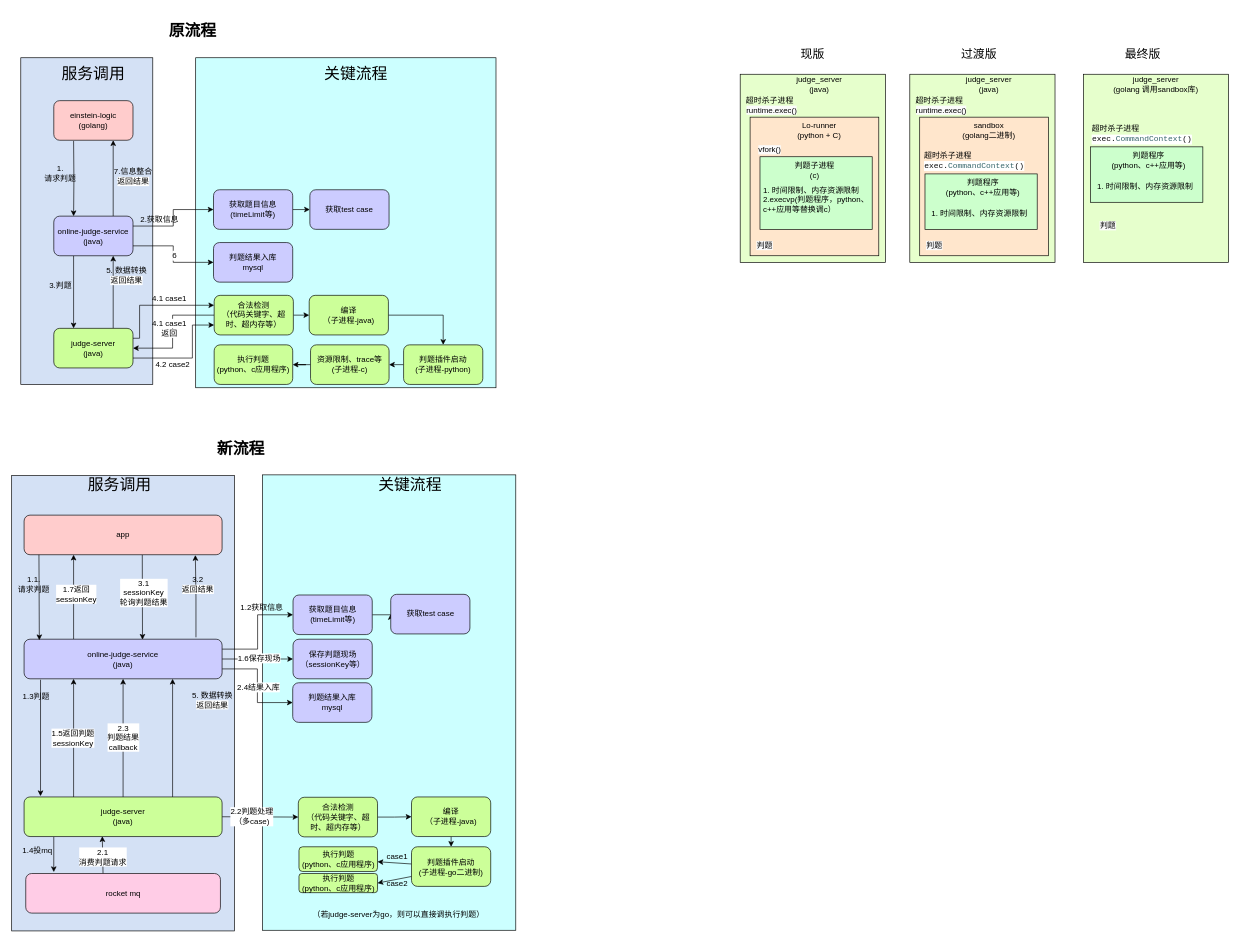
xiell2016/hetaoDesign keeps this draw.io diagram as 题库.drawio. Above is the earlier version. Source tidied: cells renumbered, new cells numbered last; positions are measured from the earlier drawing's top-left corner, leaving out a move shared by most shapes. Both pictures are drawn from the tidied source at 66%, with x=0, y=0 at pixel (11, 24).
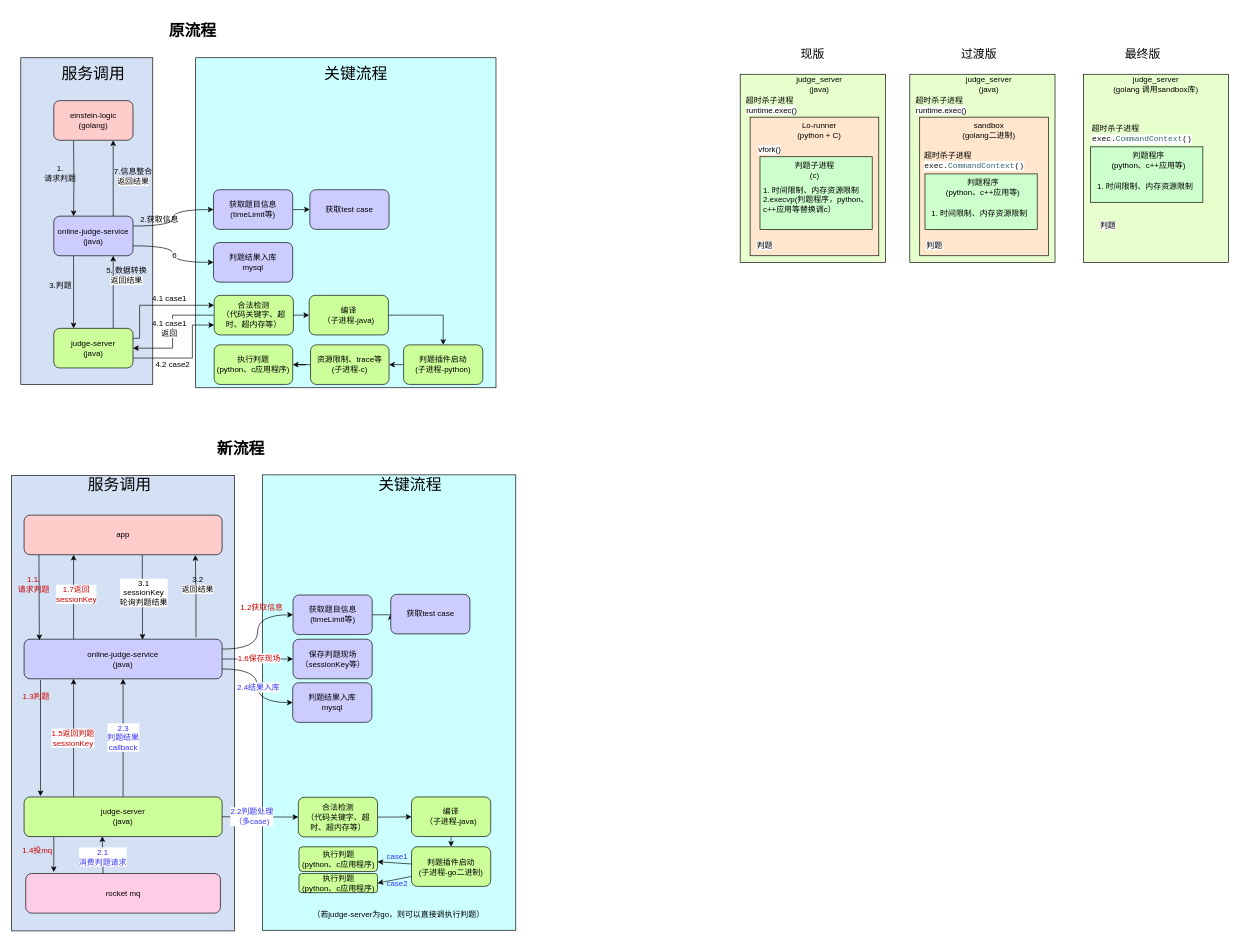
Above is the later version.

The change refers to these unchanged cells:
```xml
<mxCell id="9" value="online-judge-service&lt;br&gt;(java)" style="rounded=1;whiteSpace=wrap;html=1;fillColor=#CCCCFF;" parent="1" vertex="1">
  <mxGeometry x="64" y="290" width="120" height="60" as="geometry" />
</mxCell>
<mxCell id="24" value="获取题目信息&lt;br&gt;(timeLimit等)" style="rounded=1;whiteSpace=wrap;html=1;fillColor=#CCCCFF;" parent="1" vertex="1">
  <mxGeometry x="306" y="250" width="120" height="60" as="geometry" />
</mxCell>
<mxCell id="28" value="判题结果入库&lt;br&gt;mysql" style="rounded=1;whiteSpace=wrap;html=1;fillColor=#CCCCFF;" parent="1" vertex="1">
  <mxGeometry x="306" y="330" width="120" height="60" as="geometry" />
</mxCell>
<mxCell id="47" style="edgeStyle=none;rounded=0;jettySize=auto;html=1;exitX=1;exitY=0.5;exitDx=0;exitDy=0;entryX=0;entryY=0.5;entryDx=0;entryDy=0;fontFamily=Helvetica;fontSize=12;fontColor=default;" parent="1" edge="1" source="51" target="87">
  <mxGeometry relative="1" as="geometry" />
</mxCell>
<mxCell id="49" style="edgeStyle=none;rounded=0;jettySize=auto;html=1;exitX=0.25;exitY=0;exitDx=0;exitDy=0;entryX=0.25;entryY=1;entryDx=0;entryDy=0;fontFamily=Helvetica;fontSize=12;fontColor=default;" parent="1" edge="1" source="51" target="65">
  <mxGeometry relative="1" as="geometry" />
</mxCell>
<mxCell id="51" value="online-judge-service&lt;br&gt;(java)" style="rounded=1;whiteSpace=wrap;html=1;fillColor=#CCCCFF;" parent="1" vertex="1">
  <mxGeometry x="19" y="931" width="300" height="60" as="geometry" />
</mxCell>
<mxCell id="54" style="edgeStyle=none;rounded=0;jettySize=auto;html=1;exitX=0.25;exitY=0;exitDx=0;exitDy=0;entryX=0.25;entryY=1;entryDx=0;entryDy=0;fontFamily=Helvetica;fontSize=12;fontColor=default;" parent="1" edge="1" source="59" target="51">
  <mxGeometry relative="1" as="geometry" />
</mxCell>
<mxCell id="56" style="edgeStyle=none;rounded=0;jettySize=auto;html=1;exitX=1;exitY=0.5;exitDx=0;exitDy=0;entryX=0;entryY=0.5;entryDx=0;entryDy=0;fontFamily=Helvetica;fontSize=12;fontColor=default;" parent="1" edge="1" source="59" target="61">
  <mxGeometry relative="1" as="geometry" />
</mxCell>
<mxCell id="59" value="judge-server&lt;br&gt;(java)" style="rounded=1;whiteSpace=wrap;html=1;fillColor=#CCFF99;" parent="1" vertex="1">
  <mxGeometry x="19" y="1170" width="300" height="60" as="geometry" />
</mxCell>
<mxCell id="65" value="app" style="rounded=1;whiteSpace=wrap;html=1;fillColor=#FFCCCC;" parent="1" vertex="1">
  <mxGeometry x="19" y="743" width="300" height="60" as="geometry" />
</mxCell>
<mxCell id="70" value="获取题目信息&lt;br&gt;(timeLimit等)" style="rounded=1;whiteSpace=wrap;html=1;fillColor=#CCCCFF;" parent="1" vertex="1">
  <mxGeometry x="426.5" y="864" width="120" height="60" as="geometry" />
</mxCell>
<mxCell id="74" value="判题结果入库&lt;br&gt;mysql" style="rounded=1;whiteSpace=wrap;html=1;fillColor=#CCCCFF;" parent="1" vertex="1">
  <mxGeometry x="426" y="997" width="120" height="60" as="geometry" />
</mxCell>
<mxCell id="82" style="edgeStyle=none;rounded=0;jettySize=auto;html=1;exitX=0.397;exitY=0.003;exitDx=0;exitDy=0;entryX=0.395;entryY=0.992;entryDx=0;entryDy=0;entryPerimeter=0;fontFamily=Helvetica;fontSize=12;fontColor=default;exitPerimeter=0;" parent="1" edge="1" source="84" target="59">
  <mxGeometry relative="1" as="geometry" />
</mxCell>
```

Diff of the diagram source:
```diff
@@
-    <mxCell id="5" style="edgeStyle=orthogonalEdgeStyle;rounded=0;jettySize=auto;html=1;exitX=1;exitY=0.25;exitDx=0;exitDy=0;entryX=0;entryY=0.5;entryDx=0;entryDy=0;fontFamily=Helvetica;fontSize=12;" parent="1" edge="1" source="9" target="24">
+    <mxCell id="5" style="edgeStyle=orthogonalEdgeStyle;rounded=0;jettySize=auto;html=1;exitX=1;exitY=0.25;exitDx=0;exitDy=0;entryX=0;entryY=0.5;entryDx=0;entryDy=0;fontFamily=Helvetica;fontSize=12;curved=1;" parent="1" edge="1" source="9" target="24">
       <mxGeometry relative="1" as="geometry" />
     </mxCell>
@@
-    <mxCell id="7" style="edgeStyle=orthogonalEdgeStyle;rounded=0;jettySize=auto;html=1;exitX=1;exitY=0.75;exitDx=0;exitDy=0;entryX=0;entryY=0.5;entryDx=0;entryDy=0;fontFamily=Helvetica;fontSize=24;" parent="1" edge="1" source="9" target="28">
+    <mxCell id="7" style="edgeStyle=orthogonalEdgeStyle;rounded=0;jettySize=auto;html=1;exitX=1;exitY=0.75;exitDx=0;exitDy=0;entryX=0;entryY=0.5;entryDx=0;entryDy=0;fontFamily=Helvetica;fontSize=24;curved=1;" parent="1" edge="1" source="9" target="28">
       <mxGeometry relative="1" as="geometry" />
     </mxCell>
@@
-    <mxCell id="43" style="edgeStyle=orthogonalEdgeStyle;rounded=0;jettySize=auto;html=1;exitX=1;exitY=0.25;exitDx=0;exitDy=0;entryX=0;entryY=0.5;entryDx=0;entryDy=0;fontFamily=Helvetica;fontSize=12;" parent="1" edge="1" source="51" target="70">
+    <mxCell id="43" style="rounded=0;jettySize=auto;html=1;exitX=1;exitY=0.25;exitDx=0;exitDy=0;entryX=0;entryY=0.5;entryDx=0;entryDy=0;fontFamily=Helvetica;fontSize=12;edgeStyle=orthogonalEdgeStyle;curved=1;" parent="1" edge="1" source="51" target="70">
       <mxGeometry relative="1" as="geometry" />
     </mxCell>
@@
-    <mxCell id="45" style="edgeStyle=orthogonalEdgeStyle;rounded=0;jettySize=auto;html=1;exitX=1;exitY=0.75;exitDx=0;exitDy=0;entryX=0;entryY=0.5;entryDx=0;entryDy=0;fontFamily=Helvetica;fontSize=24;" parent="1" edge="1" source="51" target="74">
+    <mxCell id="45" style="rounded=0;jettySize=auto;html=1;exitX=1;exitY=0.75;exitDx=0;exitDy=0;entryX=0;entryY=0.5;entryDx=0;entryDy=0;fontFamily=Helvetica;fontSize=24;edgeStyle=orthogonalEdgeStyle;curved=1;" parent="1" edge="1" source="51" target="74">
       <mxGeometry relative="1" as="geometry" />
     </mxCell>
-    <mxCell id="46" value="2.4结果入库" style="edgeLabel;html=1;align=center;verticalAlign=middle;fontSize=12;fontFamily=Helvetica;" parent="45" vertex="1">
+    <mxCell id="46" value="&lt;font color=&quot;#3333ff&quot;&gt;2.4结果入库&lt;/font&gt;" style="edgeLabel;html=1;align=center;verticalAlign=middle;fontSize=12;fontFamily=Helvetica;" parent="45" vertex="1">
       <mxGeometry x="0.01" y="1" relative="1" as="geometry">
         <mxPoint y="1" as="offset" />
       </mxGeometry>
     </mxCell>
@@
-    <mxCell id="48" value="1.6保存现场" style="edgeLabel;html=1;align=center;verticalAlign=middle;fontSize=12;fontFamily=Helvetica;fontColor=default;" parent="47" vertex="1">
+    <mxCell id="48" value="&lt;font color=&quot;#cc0000&quot;&gt;1.6保存现场&lt;/font&gt;" style="edgeLabel;html=1;align=center;verticalAlign=middle;fontSize=12;fontFamily=Helvetica;fontColor=default;" parent="47" vertex="1">
       <mxGeometry x="0.02" y="2" relative="1" as="geometry" />
     </mxCell>
@@
-    <mxCell id="50" value="1.7返回&lt;br&gt;sessionKey" style="edgeLabel;html=1;align=center;verticalAlign=middle;fontSize=12;fontFamily=Helvetica;fontColor=default;" parent="49" vertex="1">
+    <mxCell id="50" value="&lt;font color=&quot;#cc0000&quot;&gt;1.7返回&lt;br&gt;sessionKey&lt;/font&gt;" style="edgeLabel;html=1;align=center;verticalAlign=middle;fontSize=12;fontFamily=Helvetica;fontColor=default;" parent="49" vertex="1">
       <mxGeometry x="0.08" y="-3" relative="1" as="geometry" />
     </mxCell>
@@
-    <mxCell id="52" style="edgeStyle=orthogonalEdgeStyle;rounded=0;jettySize=auto;html=1;exitX=0.75;exitY=0;exitDx=0;exitDy=0;entryX=0.75;entryY=1;entryDx=0;entryDy=0;fontFamily=Helvetica;fontSize=12;" parent="1" edge="1" source="59" target="51">
-      <mxGeometry relative="1" as="geometry" />
-    </mxCell>
@@
-    <mxCell id="55" value="1.5返回判题&lt;br&gt;sessionKey" style="edgeLabel;html=1;align=center;verticalAlign=middle;fontSize=12;fontFamily=Helvetica;fontColor=default;" parent="54" vertex="1">
+    <mxCell id="55" value="&lt;font color=&quot;#cc0000&quot;&gt;1.5返回判题&lt;br&gt;sessionKey&lt;/font&gt;" style="edgeLabel;html=1;align=center;verticalAlign=middle;fontSize=12;fontFamily=Helvetica;fontColor=default;" parent="54" vertex="1">
       <mxGeometry x="0.01" y="2" relative="1" as="geometry" />
     </mxCell>
@@
-    <mxCell id="57" value="2.2判题处理&lt;br&gt;（多case)" style="edgeLabel;html=1;align=center;verticalAlign=middle;fontSize=12;fontFamily=Helvetica;fontColor=default;" parent="56" vertex="1">
+    <mxCell id="57" value="&lt;font color=&quot;#3333ff&quot;&gt;2.2判题处理&lt;br&gt;（多case)&lt;/font&gt;" style="edgeLabel;html=1;align=center;verticalAlign=middle;fontSize=12;fontFamily=Helvetica;fontColor=default;" parent="56" vertex="1">
       <mxGeometry x="-0.23" y="1" relative="1" as="geometry" />
     </mxCell>
-    <mxCell id="58" value="2.3&lt;br&gt;判题结果&lt;br&gt;callback" style="edgeStyle=none;rounded=0;jettySize=auto;html=1;exitX=0.5;exitY=0;exitDx=0;exitDy=0;entryX=0.5;entryY=1;entryDx=0;entryDy=0;fontFamily=Helvetica;fontSize=12;fontColor=default;" parent="1" edge="1" source="59" target="51">
+    <mxCell id="58" value="&lt;font color=&quot;#3333ff&quot;&gt;2.3&lt;br&gt;判题结果&lt;br&gt;callback&lt;/font&gt;" style="edgeStyle=none;rounded=0;jettySize=auto;html=1;exitX=0.5;exitY=0;exitDx=0;exitDy=0;entryX=0.5;entryY=1;entryDx=0;entryDy=0;fontFamily=Helvetica;fontSize=12;fontColor=default;" parent="1" edge="1" source="59" target="51">
       <mxGeometry relative="1" as="geometry" />
     </mxCell>
@@
-    <mxCell id="62" style="edgeStyle=none;rounded=0;jettySize=auto;html=1;exitX=0.075;exitY=0.986;exitDx=0;exitDy=0;fontFamily=Helvetica;fontSize=12;fontColor=default;exitPerimeter=0;entryX=0.077;entryY=0.024;entryDx=0;entryDy=0;entryPerimeter=0;" parent="1" edge="1" source="65" target="51">
+    <mxCell id="62" style="edgeStyle=none;rounded=0;jettySize=auto;html=1;exitX=0.075;exitY=0.986;exitDx=0;exitDy=0;fontFamily=Helvetica;fontSize=12;fontColor=default;exitPerimeter=0;entryX=0.077;entryY=0.024;entryDx=0;entryDy=0;entryPerimeter=0;fillColor=#FF0000;" parent="1" edge="1" source="65" target="51">
       <mxGeometry relative="1" as="geometry" />
     </mxCell>
@@
-    <mxCell id="78" value="1.1. &lt;br&gt;请求判题" style="text;html=1;strokeColor=none;fillColor=none;align=center;verticalAlign=middle;whiteSpace=wrap;rounded=0;fontSize=12;fontFamily=Helvetica;fontColor=default;" parent="1" vertex="1">
+    <mxCell id="78" value="&lt;font color=&quot;#cc0000&quot;&gt;1.1. &lt;br&gt;请求判题&lt;/font&gt;" style="text;html=1;strokeColor=none;fillColor=none;align=center;verticalAlign=middle;whiteSpace=wrap;rounded=0;fontSize=12;fontFamily=Helvetica;fontColor=default;" parent="1" vertex="1">
       <mxGeometry x="4" y="833" width="60" height="30" as="geometry" />
     </mxCell>
@@
-    <mxCell id="80" value="1.3判题" style="text;html=1;align=center;verticalAlign=middle;strokeColor=none;fillColor=none;fontSize=12;fontFamily=Helvetica;fontColor=default;" parent="1" vertex="1">
+    <mxCell id="80" value="&lt;font color=&quot;#cc0000&quot;&gt;1.3判题&lt;/font&gt;" style="text;html=1;align=center;verticalAlign=middle;strokeColor=none;fillColor=none;fontSize=12;fontFamily=Helvetica;fontColor=default;rounded=0;" parent="1" vertex="1">
       <mxGeometry x="6.5" y="1003" width="60" height="30" as="geometry" />
     </mxCell>
-    <mxCell id="81" value="5. 数据转换&lt;br style=&quot;border-color: var(--border-color);&quot;&gt;&lt;span style=&quot;background-color: rgb(255, 255, 255);&quot;&gt;返回结果&lt;/span&gt;" style="text;html=1;align=center;verticalAlign=middle;strokeColor=none;fillColor=none;fontSize=12;fontFamily=Helvetica;fontColor=default;" parent="1" vertex="1">
-      <mxGeometry x="264" y="1003" width="80" height="40" as="geometry" />
-    </mxCell>
@@
-    <mxCell id="83" value="2.1&lt;br&gt;消费判题请求" style="edgeLabel;html=1;align=center;verticalAlign=middle;fontSize=12;fontFamily=Helvetica;fontColor=default;" parent="82" vertex="1">
+    <mxCell id="83" value="&lt;font color=&quot;#3333ff&quot;&gt;2.1&lt;br&gt;消费判题请求&lt;/font&gt;" style="edgeLabel;html=1;align=center;verticalAlign=middle;fontSize=12;fontFamily=Helvetica;fontColor=default;" parent="82" vertex="1">
       <mxGeometry x="0.11" y="1" relative="1" as="geometry">
         <mxPoint y="5" as="offset" />
       </mxGeometry>
     </mxCell>
@@
-    <mxCell id="85" value="1.4投mq" style="text;html=1;align=center;verticalAlign=middle;strokeColor=none;fillColor=none;fontSize=12;fontFamily=Helvetica;fontColor=default;" parent="1" vertex="1">
+    <mxCell id="85" value="&lt;font color=&quot;#cc0000&quot;&gt;1.4投mq&lt;/font&gt;" style="text;html=1;align=center;verticalAlign=middle;strokeColor=none;fillColor=none;fontSize=12;fontFamily=Helvetica;fontColor=default;" parent="1" vertex="1">
       <mxGeometry x="4" y="1236" width="70" height="30" as="geometry" />
     </mxCell>
-    <mxCell id="86" value="1.2获取信息" style="text;html=1;align=center;verticalAlign=middle;strokeColor=none;fillColor=none;fontSize=12;fontFamily=Helvetica;fontColor=default;" parent="1" vertex="1">
+    <mxCell id="86" value="&lt;font color=&quot;#cc0000&quot;&gt;1.2获取信息&lt;/font&gt;" style="text;html=1;align=center;verticalAlign=middle;strokeColor=none;fillColor=none;fontSize=12;fontFamily=Helvetica;fontColor=default;" parent="1" vertex="1">
       <mxGeometry x="334" y="868" width="90" height="30" as="geometry" />
     </mxCell>
@@
-    <mxCell id="90" value="case1" style="text;html=1;align=center;verticalAlign=middle;strokeColor=none;fillColor=none;fontSize=12;fontFamily=Helvetica;fontColor=default;" parent="1" vertex="1">
+    <mxCell id="90" value="&lt;font color=&quot;#3333ff&quot;&gt;case1&lt;/font&gt;" style="text;html=1;align=center;verticalAlign=middle;strokeColor=none;fillColor=none;fontSize=12;fontFamily=Helvetica;fontColor=default;" parent="1" vertex="1">
       <mxGeometry x="553.5" y="1245.5" width="60" height="30" as="geometry" />
     </mxCell>
-    <mxCell id="91" value="case2" style="text;html=1;align=center;verticalAlign=middle;strokeColor=none;fillColor=none;fontSize=12;fontFamily=Helvetica;fontColor=default;" parent="1" vertex="1">
+    <mxCell id="91" value="&lt;font color=&quot;#3333ff&quot;&gt;case2&lt;/font&gt;" style="text;html=1;align=center;verticalAlign=middle;strokeColor=none;fillColor=none;fontSize=12;fontFamily=Helvetica;fontColor=default;" parent="1" vertex="1">
       <mxGeometry x="553.5" y="1286" width="60" height="30" as="geometry" />
     </mxCell>
```
